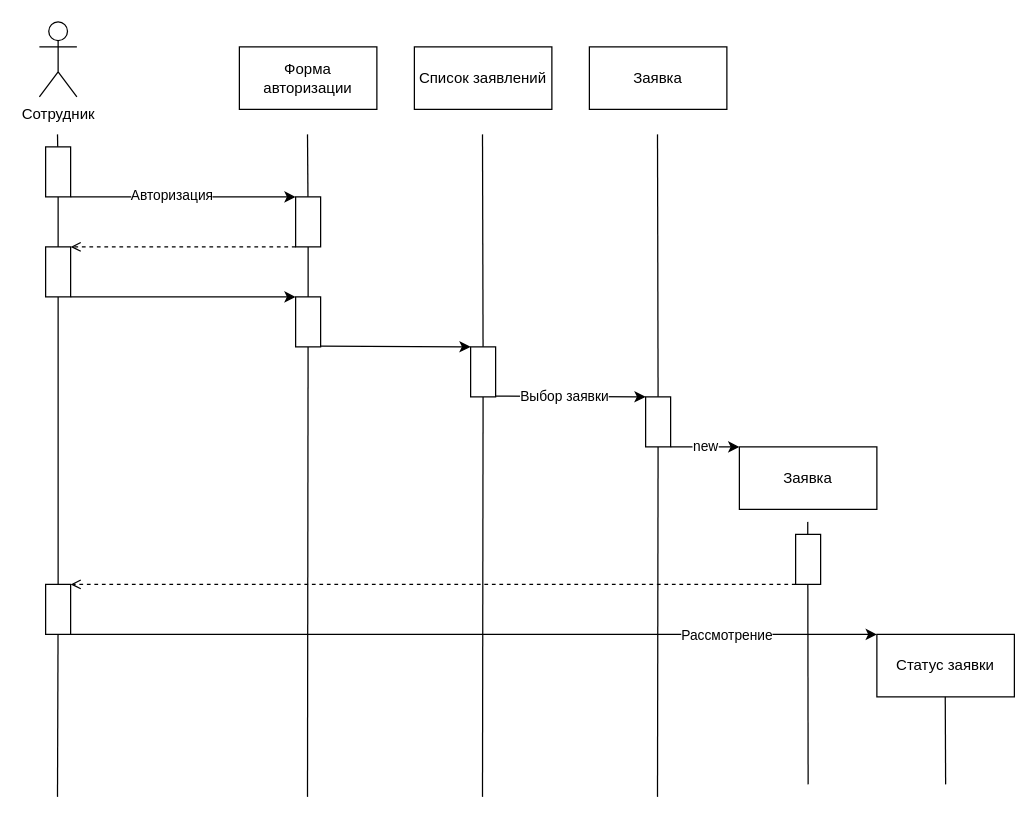
Earlier version of the draw.io diagram Activity.drawio (RiotRebellion/drawio-assets). Source tidied: cells renumbered, new cells numbered last; positions are measured from the earlier drawing's top-left corner, leaving out a move shared by most shapes. Both pictures are drawn from the tidied source at 125%, with x=0, y=0 at pixel (39, 21).
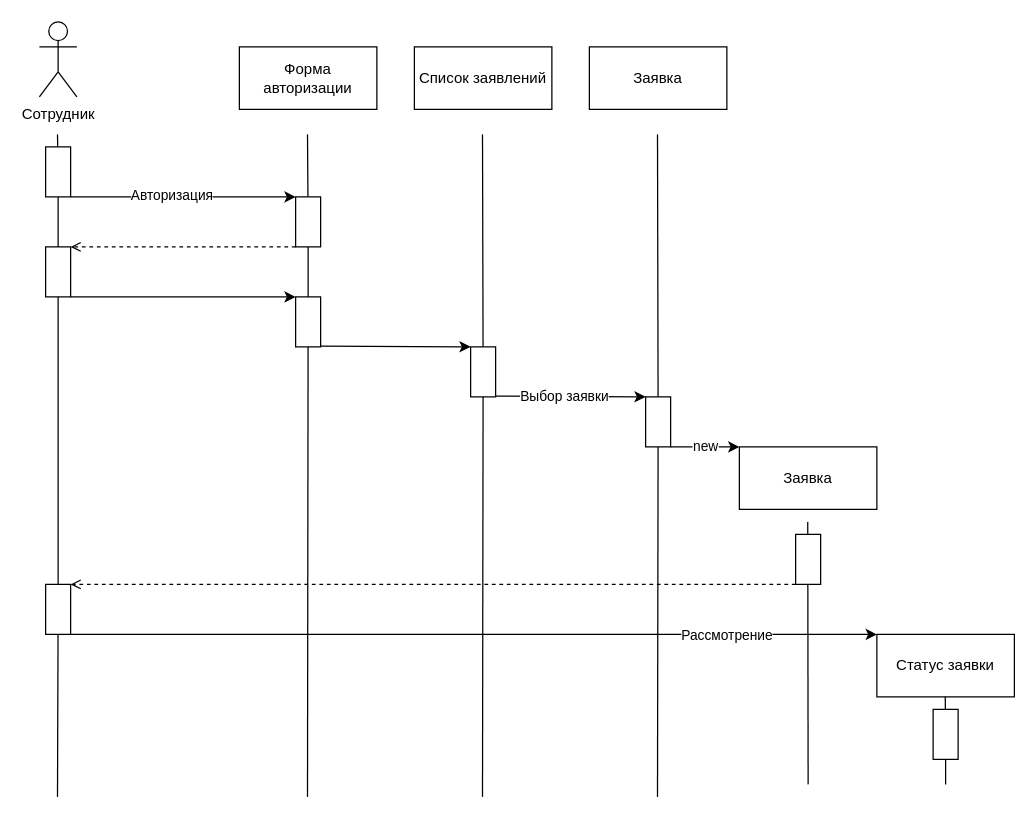
Above is the later version.

What changed in the source:
```diff
@@
-    <mxCell id="27" style="endArrow=none;html=1;rounded=0;" parent="1" edge="1">
+    <mxCell id="27" style="endArrow=none;html=1;rounded=0;" parent="1" edge="1" source="41">
       <mxGeometry relative="1" as="geometry">
-        <mxPoint x="725" y="610" as="sourcePoint" />
         <mxPoint x="724.7" y="540" as="targetPoint" />
       </mxGeometry>
     </mxCell>
@@
+    <mxCell id="40" style="endArrow=none;html=1;rounded=0;" parent="1" edge="1" target="41">
+      <mxGeometry relative="1" as="geometry">
+        <mxPoint x="725" y="610" as="sourcePoint" />
+      </mxGeometry>
+    </mxCell>
+    <mxCell id="41" style="rounded=0;whiteSpace=wrap;html=1;" parent="1" vertex="1">
+      <mxGeometry x="715" y="550" width="20" height="40" as="geometry" />
+    </mxCell>
```
